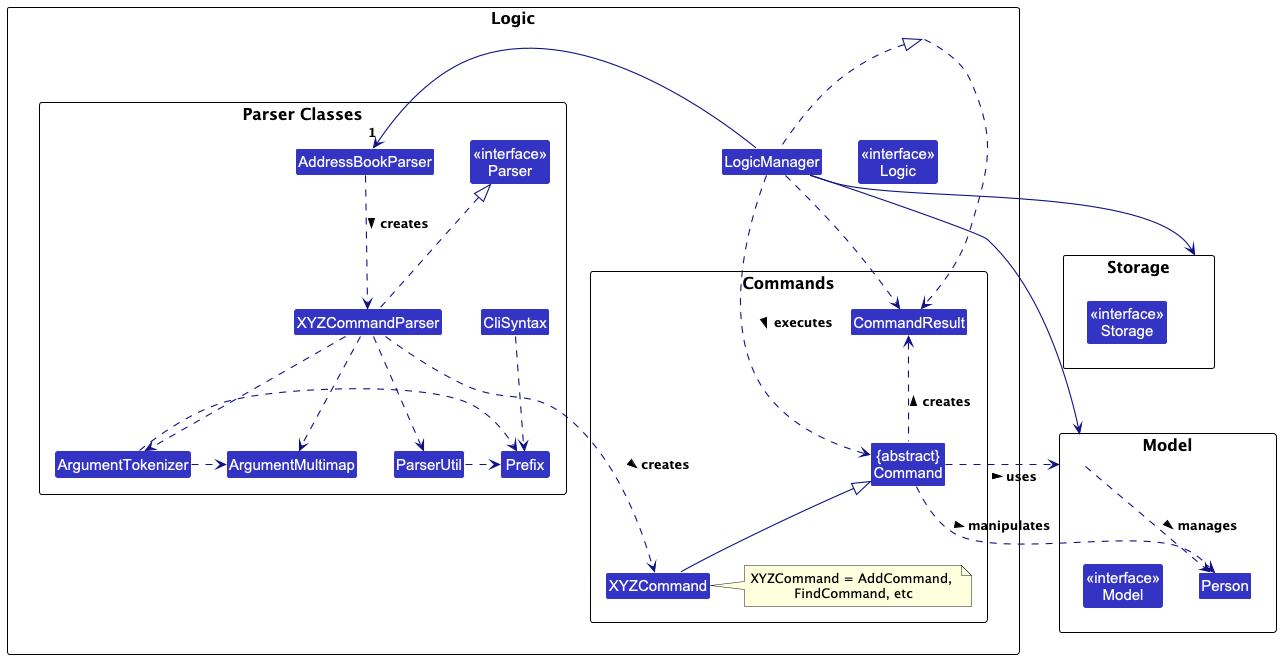
nus-cs2103-AY2425S1/tp keeps this PlantUML diagram as docs/images/FullerLogicClassDiagram.png. Above is the earlier version. Its diagram source:
```plantuml
@startuml
!include style.puml
skinparam arrowThickness 1.1
skinparam arrowColor LOGIC_COLOR_T4
skinparam classBackgroundColor LOGIC_COLOR

package Logic {
    Class "<<interface>>\nLogic" as Logic
    Class LogicManager

    package Commands {
        Class "{abstract}\nCommand" as Command
        Class CommandResult
        Class XYZCommand
        note right of XYZCommand: XYZCommand = AddCommand, \nFindCommand, etc
    }

    package "Parser Classes" {
        Class "<<interface>>\nParser" as Parser
        Class AddressBookParser
        Class XYZCommandParser
        Class ArgumentMultimap
        Class ArgumentTokenizer
        Class ParserUtil
        Class Prefix
        Class CliSyntax
    }
}

package Model {
    Class "<<interface>>\nModel" as Model
    Class Person
}

package Storage {
    Class "<<interface>>\nStorage" as Storage
}

LogicManager .up.|> Logic
LogicManager -right-> "1" AddressBookParser
LogicManager .down.> CommandResult
LogicManager .> Command : executes >
LogicManager --> Model
LogicManager --> Storage

Command <|-- XYZCommand
Command .up.> CommandResult : creates >
Command .right.> Model : uses >

Parser <|.. XYZCommandParser
AddressBookParser .down.> XYZCommandParser : creates >
XYZCommandParser ..> ArgumentMultimap
XYZCommandParser ..> ArgumentTokenizer
XYZCommandParser ..> ParserUtil
XYZCommandParser ..> XYZCommand : creates >
ArgumentTokenizer .> ArgumentMultimap
CliSyntax ..> Prefix
ParserUtil .> Prefix
ArgumentTokenizer .> Prefix

Logic ..> CommandResult
Command ..> Person : manipulates >
Model ..> Person : manages >

Storage -[hidden]- Model
@enduml
```
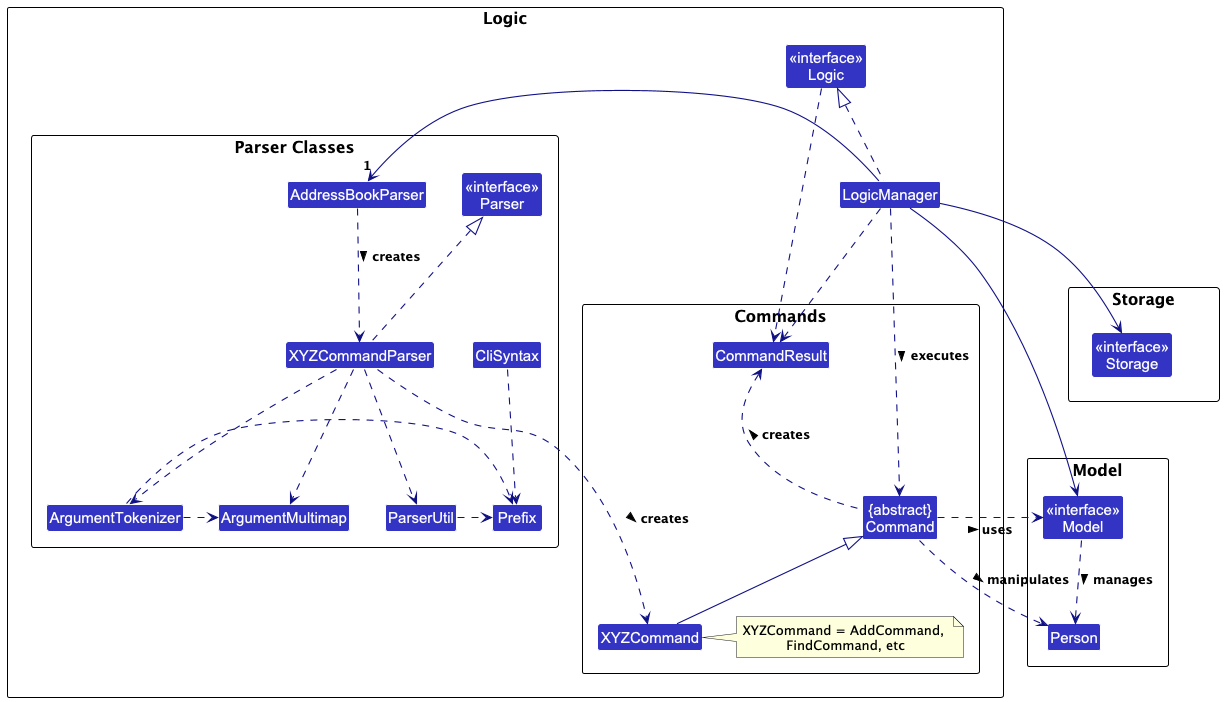
The same file after the commit.

The edit, as a diff of the source:
```diff
@@ -5,7 +5,7 @@
 skinparam classBackgroundColor LOGIC_COLOR
 
 package Logic {
-    Class "<<interface>>\nLogic" as Logic
+    Class "<<interface>>\nLogic" as LogicClass
     Class LogicManager
 
     package Commands {
@@ -28,24 +28,24 @@
 }
 
 package Model {
-    Class "<<interface>>\nModel" as Model
+    Class "<<interface>>\nModel" as ModelClass
     Class Person
 }
 
 package Storage {
-    Class "<<interface>>\nStorage" as Storage
+    Class "<<interface>>\nStorage" as StorageClass
 }
 
-LogicManager .up.|> Logic
+LogicManager .up.|> LogicClass
 LogicManager -right-> "1" AddressBookParser
 LogicManager .down.> CommandResult
 LogicManager .> Command : executes >
-LogicManager --> Model
-LogicManager --> Storage
+LogicManager --> ModelClass
+LogicManager --> StorageClass
 
 Command <|-- XYZCommand
 Command .up.> CommandResult : creates >
-Command .right.> Model : uses >
+Command .right.> ModelClass : uses >
 
 Parser <|.. XYZCommandParser
 AddressBookParser .down.> XYZCommandParser : creates >
@@ -58,9 +58,9 @@
 ParserUtil .> Prefix
 ArgumentTokenizer .> Prefix
 
-Logic ..> CommandResult
+LogicClass ..> CommandResult
 Command ..> Person : manipulates >
-Model ..> Person : manages >
+ModelClass ..> Person : manages >
 
-Storage -[hidden]- Model
+Storage -[hidden]- ModelClass
 @enduml
```
